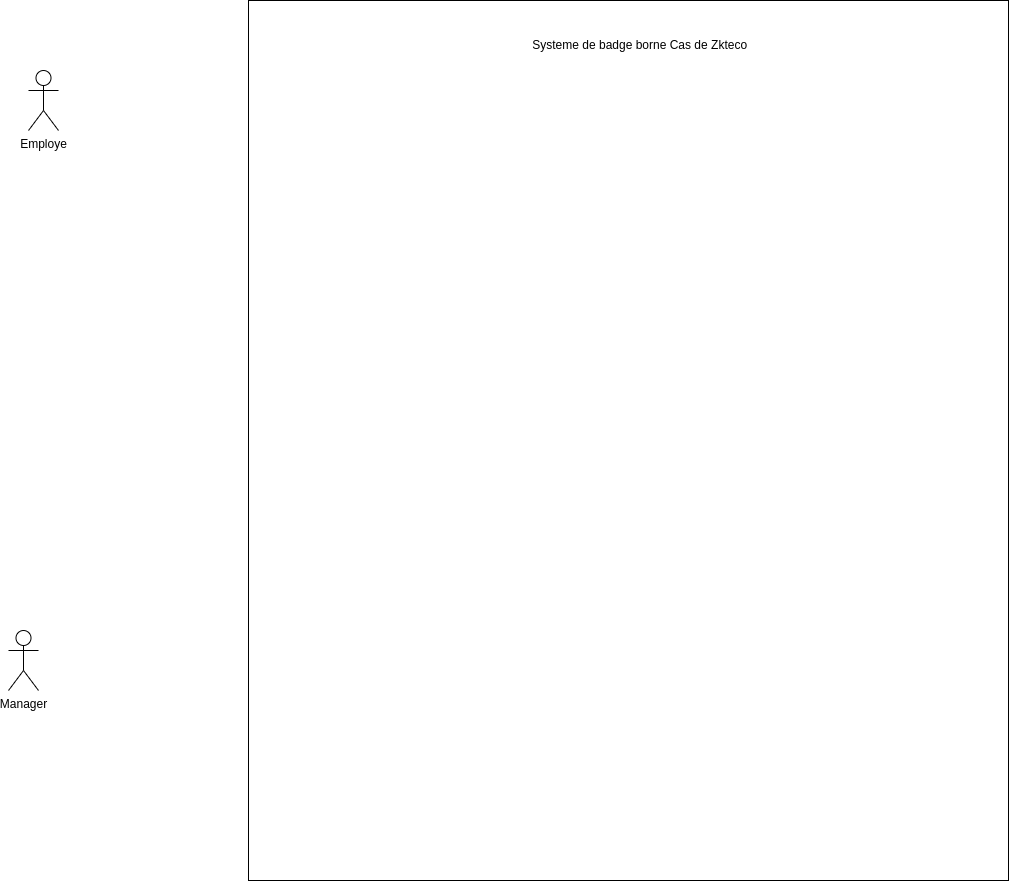
Above: static/UsecaseZkteco.drawio.png in Siluearsene/borne_biometrique (draw.io), before the change. Source tidied: cells renumbered, new cells last; positions are measured from the earlier drawing's top-left corner, leaving out a move shared by most shapes.
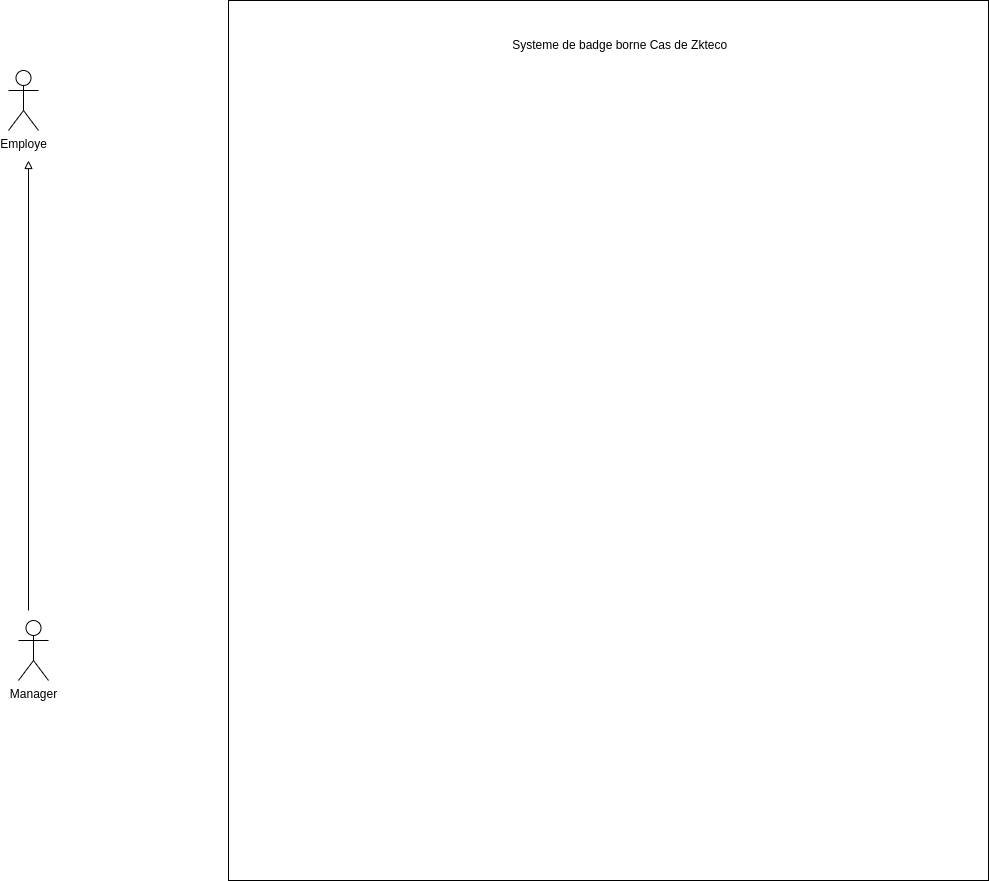
The same diagram one commit later.

Commit message:
Mettre à jour UsecaseZkteco.drawio.png

Diff of the diagram source:
```diff
@@ -6,7 +6,7 @@
       <mxGeometry x="20" y="70" width="30" height="60" as="geometry" />
     </mxCell>
     <mxCell id="3" value="Manager" style="shape=umlActor;verticalLabelPosition=bottom;verticalAlign=top;html=1;" parent="1" vertex="1">
-      <mxGeometry y="630" width="30" height="60" as="geometry" />
+      <mxGeometry x="30" y="620" width="30" height="60" as="geometry" />
     </mxCell>
     <mxCell id="4" style="rounded=0;whiteSpace=wrap;html=1;" parent="1" vertex="1">
       <mxGeometry x="240" width="760" height="880" as="geometry" />
@@ -14,5 +14,11 @@
     <mxCell id="5" value="Systeme de badge borne Cas de Zkteco&amp;nbsp;&amp;nbsp;" style="text;html=1;strokeColor=none;fillColor=none;align=center;verticalAlign=middle;whiteSpace=wrap;rounded=0;" parent="1" vertex="1">
       <mxGeometry x="510" y="30" width="250" height="30" as="geometry" />
     </mxCell>
+    <mxCell id="6" style="endArrow=block;html=1;rounded=0;endFill=0;" parent="1" edge="1">
+      <mxGeometry relative="1" as="geometry">
+        <mxPoint x="40" y="610" as="sourcePoint" />
+        <mxPoint x="40" y="160" as="targetPoint" />
+      </mxGeometry>
+    </mxCell>
   </root>
 </mxGraphModel>
```
